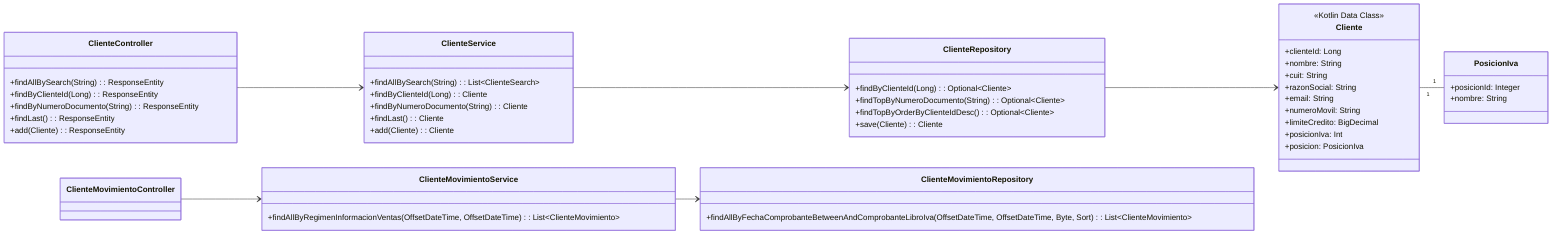
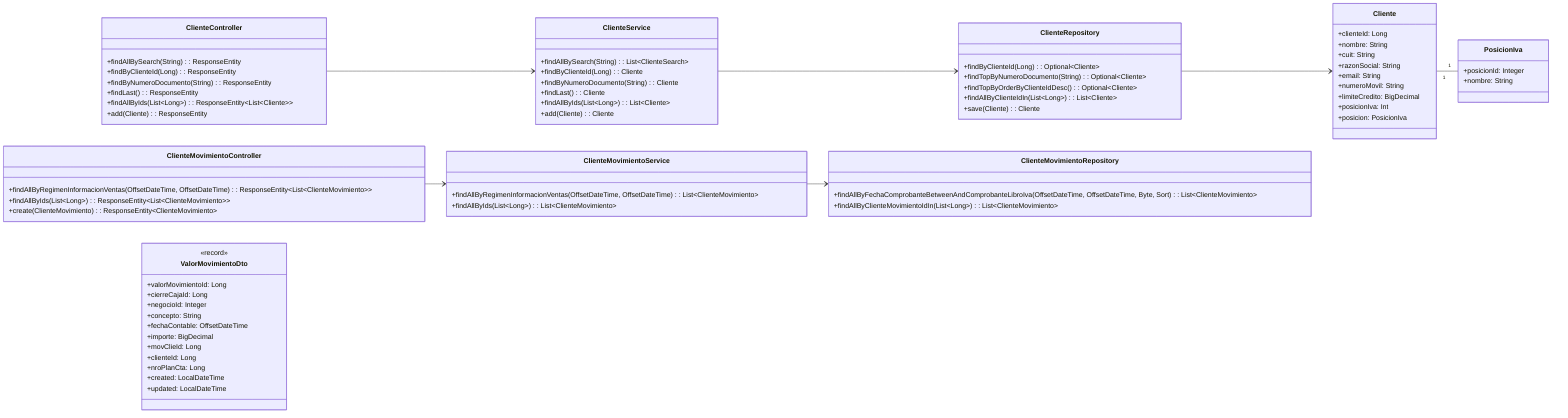
classDiagram
    direction LR

    class ClienteController {
        +findAllBySearch(String): ResponseEntity
        +findByClienteId(Long): ResponseEntity
        +findByNumeroDocumento(String): ResponseEntity
        +findLast(): ResponseEntity
+         +findAllByIds(List~Long~): ResponseEntity~List~Cliente~~
        +add(Cliente): ResponseEntity
    }

    class ClienteService {
        +findAllBySearch(String): List~ClienteSearch~
        +findByClienteId(Long): Cliente
        +findByNumeroDocumento(String): Cliente
        +findLast(): Cliente
+         +findAllByIds(List~Long~): List~Cliente~
        +add(Cliente): Cliente
+     }
+ 
+     class ClienteMovimientoController {
+         +findAllByRegimenInformacionVentas(OffsetDateTime, OffsetDateTime): ResponseEntity~List~ClienteMovimiento~~
+         +findAllByIds(List~Long~): ResponseEntity~List~ClienteMovimiento~~
+         +create(ClienteMovimiento): ResponseEntity~ClienteMovimiento~
    }

    class ClienteMovimientoService {
        +findAllByRegimenInformacionVentas(OffsetDateTime, OffsetDateTime): List~ClienteMovimiento~
+         +findAllByIds(List~Long~): List~ClienteMovimiento~
    }

    class ClienteRepository {
        +findByClienteId(Long): Optional~Cliente~
        +findTopByNumeroDocumento(String): Optional~Cliente~
        +findTopByOrderByClienteIdDesc(): Optional~Cliente~
+         +findAllByClienteIdIn(List~Long~): List~Cliente~
        +save(Cliente): Cliente
    }

    class ClienteMovimientoRepository {
        +findAllByFechaComprobanteBetweenAndComprobanteLibroIva(OffsetDateTime, OffsetDateTime, Byte, Sort): List~ClienteMovimiento~
+         +findAllByClienteMovimientoIdIn(List~Long~): List~ClienteMovimiento~
    }

    class Cliente {
-         <<Kotlin Data Class>>
        +clienteId: Long
        +nombre: String
        +cuit: String
        +razonSocial: String
        +email: String
        +numeroMovil: String
        +limiteCredito: BigDecimal
        +posicionIva: Int
        +posicion: PosicionIva
    }

    class PosicionIva {
        +posicionId: Integer
        +nombre: String
    }

+     class ValorMovimientoDto {
+         <<record>>
+         +valorMovimientoId: Long
+         +cierreCajaId: Long
+         +negocioId: Integer
+         +concepto: String
+         +fechaContable: OffsetDateTime
+         +importe: BigDecimal
+         +movClieId: Long
+         +clienteId: Long
+         +nroPlanCta: Long
+         +created: LocalDateTime
+         +updated: LocalDateTime
+     }
+ 
    ClienteController --> ClienteService
    ClienteService --> ClienteRepository
    ClienteRepository --> Cliente
    Cliente "1" -- "1" PosicionIva

    ClienteMovimientoController --> ClienteMovimientoService
    ClienteMovimientoService --> ClienteMovimientoRepository
